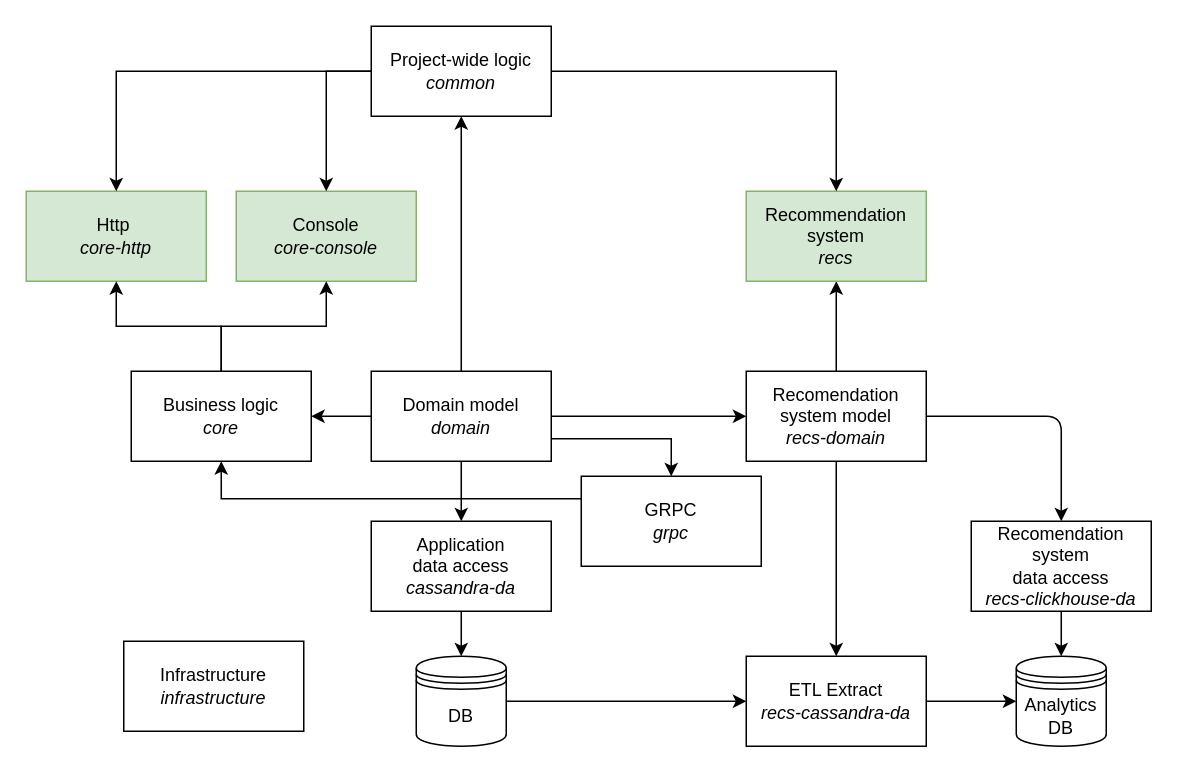
Before: docs/img/components.drawio in Holodome/maweituo, a draw.io diagram. Source tidied: cells renumbered, new cells numbered last; positions are measured from the earlier drawing's top-left corner, leaving out a move shared by most shapes. Both pictures are drawn from the tidied source at 150%, with x=0, y=0 at pixel (26, 26).
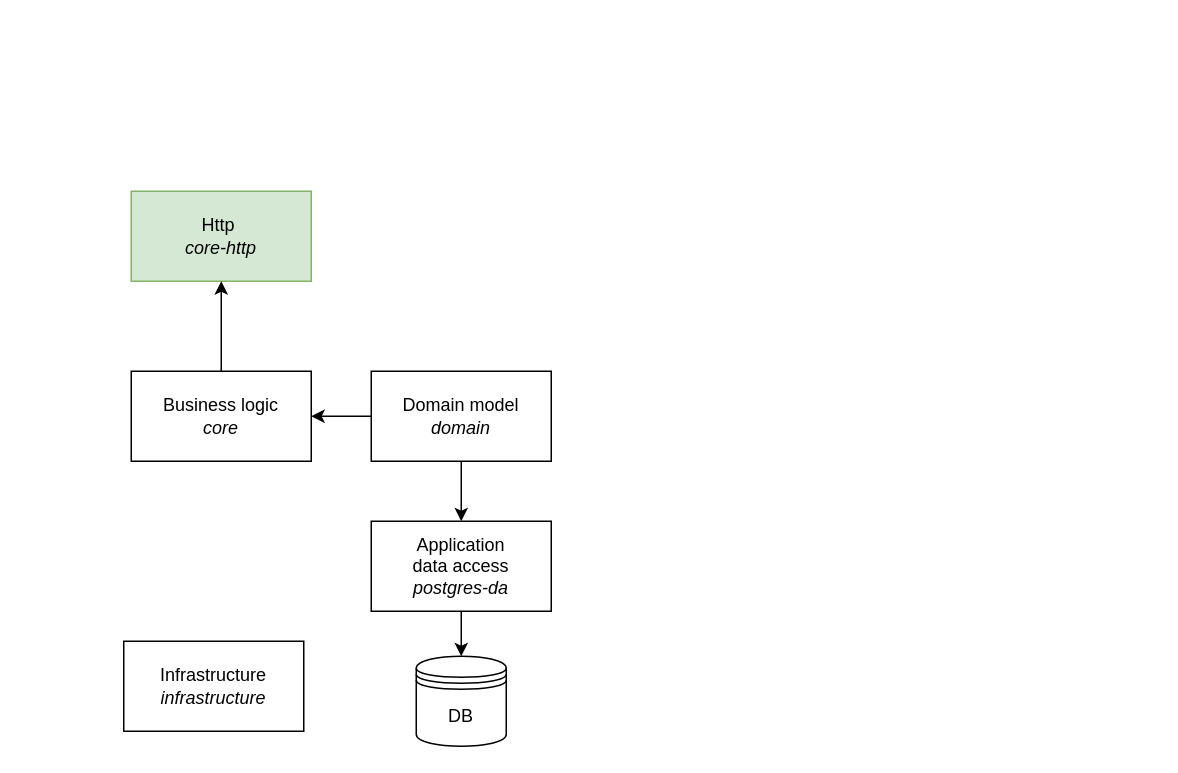
The same diagram, later.

Unchanged cells that the change refers to:
```xml
<mxCell id="3" value="DB" style="shape=datastore;whiteSpace=wrap;html=1;" parent="1" vertex="1">
  <mxGeometry x="260" y="420" width="60" height="60" as="geometry" />
</mxCell>
<mxCell id="16" value="Domain model&lt;br&gt;&lt;i&gt;domain&lt;/i&gt;" style="rounded=0;whiteSpace=wrap;html=1;" parent="1" vertex="1">
  <mxGeometry x="230" y="230" width="120" height="60" as="geometry" />
</mxCell>
<mxCell id="26" value="Business logic&lt;br&gt;&lt;i&gt;core&lt;/i&gt;" style="rounded=0;whiteSpace=wrap;html=1;" parent="1" vertex="1">
  <mxGeometry x="70" y="230" width="120" height="60" as="geometry" />
</mxCell>
```

Diff of the diagram source:
```diff
@@
-    <mxCell id="2" style="edgeStyle=orthogonalEdgeStyle;html=1;exitX=1;exitY=0.5;exitDx=0;exitDy=0;entryX=0;entryY=0.5;entryDx=0;entryDy=0;" parent="1" edge="1" source="3" target="19">
-      <mxGeometry relative="1" as="geometry" />
-    </mxCell>
@@
-    <mxCell id="4" value="Analytics&lt;br&gt;DB" style="shape=datastore;whiteSpace=wrap;html=1;" parent="1" vertex="1">
-      <mxGeometry x="660" y="420" width="60" height="60" as="geometry" />
-    </mxCell>
@@
-    <mxCell id="6" value="Application &lt;br&gt;data access&lt;br&gt;&lt;i&gt;cassandra-da&lt;/i&gt;" style="rounded=0;whiteSpace=wrap;html=1;" parent="1" vertex="1">
+    <mxCell id="6" value="Application &lt;br&gt;data access&lt;br&gt;&lt;i&gt;postgres-da&lt;/i&gt;" style="rounded=0;whiteSpace=wrap;html=1;" parent="1" vertex="1">
       <mxGeometry x="230" y="330" width="120" height="60" as="geometry" />
     </mxCell>
-    <mxCell id="7" style="edgeStyle=none;html=1;exitX=0.5;exitY=1;exitDx=0;exitDy=0;entryX=0.5;entryY=0;entryDx=0;entryDy=0;" parent="1" edge="1" source="10" target="19">
-      <mxGeometry relative="1" as="geometry" />
-    </mxCell>
-    <mxCell id="8" style="edgeStyle=orthogonalEdgeStyle;html=1;exitX=1;exitY=0.5;exitDx=0;exitDy=0;" parent="1" edge="1" source="10" target="22">
-      <mxGeometry relative="1" as="geometry" />
-    </mxCell>
-    <mxCell id="9" style="edgeStyle=orthogonalEdgeStyle;rounded=0;html=1;exitX=0.5;exitY=0;exitDx=0;exitDy=0;entryX=0.5;entryY=1;entryDx=0;entryDy=0;" parent="1" edge="1" source="10" target="27">
-      <mxGeometry relative="1" as="geometry" />
-    </mxCell>
-    <mxCell id="10" value="Recomendation system model&lt;br&gt;&lt;i&gt;recs-domain&lt;/i&gt;" style="rounded=0;whiteSpace=wrap;html=1;" parent="1" vertex="1">
-      <mxGeometry x="480" y="230" width="120" height="60" as="geometry" />
-    </mxCell>
-    <mxCell id="11" style="edgeStyle=none;html=1;exitX=1;exitY=0.5;exitDx=0;exitDy=0;" parent="1" edge="1" source="16" target="10">
-      <mxGeometry relative="1" as="geometry" />
-    </mxCell>
@@
-    <mxCell id="14" style="edgeStyle=orthogonalEdgeStyle;rounded=0;html=1;exitX=1;exitY=0.75;exitDx=0;exitDy=0;" parent="1" edge="1" source="16" target="29">
-      <mxGeometry relative="1" as="geometry" />
-    </mxCell>
-    <mxCell id="15" style="edgeStyle=orthogonalEdgeStyle;rounded=0;html=1;exitX=0.5;exitY=0;exitDx=0;exitDy=0;" parent="1" edge="1" source="16" target="33">
-      <mxGeometry relative="1" as="geometry" />
-    </mxCell>
@@
     <mxCell id="17" value="Http&amp;nbsp;&lt;br&gt;&lt;i&gt;core-http&lt;/i&gt;" style="rounded=0;whiteSpace=wrap;html=1;fillColor=#d5e8d4;strokeColor=#82b366;" parent="1" vertex="1">
-      <mxGeometry y="110" width="120" height="60" as="geometry" />
+      <mxGeometry x="70" y="110" width="120" height="60" as="geometry" />
     </mxCell>
-    <mxCell id="18" style="edgeStyle=orthogonalEdgeStyle;html=1;exitX=1;exitY=0.5;exitDx=0;exitDy=0;entryX=0;entryY=0.5;entryDx=0;entryDy=0;" parent="1" edge="1" source="19" target="4">
-      <mxGeometry relative="1" as="geometry" />
-    </mxCell>
-    <mxCell id="19" value="ETL Extract&lt;br&gt;&lt;i&gt;recs-cassandra-da&lt;/i&gt;" style="rounded=0;whiteSpace=wrap;html=1;" parent="1" vertex="1">
-      <mxGeometry x="480" y="420" width="120" height="60" as="geometry" />
-    </mxCell>
@@
-    <mxCell id="21" style="edgeStyle=orthogonalEdgeStyle;html=1;exitX=0.5;exitY=1;exitDx=0;exitDy=0;entryX=0.5;entryY=0;entryDx=0;entryDy=0;" parent="1" edge="1" source="22" target="4">
-      <mxGeometry relative="1" as="geometry" />
-    </mxCell>
-    <mxCell id="22" value="Recomendation system&lt;br&gt;data access&lt;br&gt;&lt;i&gt;recs-clickhouse-da&lt;/i&gt;" style="rounded=0;whiteSpace=wrap;html=1;" parent="1" vertex="1">
-      <mxGeometry x="630" y="330" width="120" height="60" as="geometry" />
-    </mxCell>
-    <mxCell id="23" value="Console&lt;br&gt;&lt;i&gt;core-console&lt;/i&gt;" style="rounded=0;whiteSpace=wrap;html=1;fillColor=#d5e8d4;strokeColor=#82b366;" parent="1" vertex="1">
-      <mxGeometry x="140" y="110" width="120" height="60" as="geometry" />
-    </mxCell>
@@
-    <mxCell id="25" style="edgeStyle=orthogonalEdgeStyle;rounded=0;html=1;exitX=0.5;exitY=0;exitDx=0;exitDy=0;" parent="1" edge="1" source="26" target="23">
-      <mxGeometry relative="1" as="geometry" />
-    </mxCell>
@@
-    <mxCell id="27" value="Recommendation system&lt;br&gt;&lt;i&gt;recs&lt;/i&gt;" style="rounded=0;whiteSpace=wrap;html=1;fillColor=#d5e8d4;strokeColor=#82b366;" parent="1" vertex="1">
-      <mxGeometry x="480" y="110" width="120" height="60" as="geometry" />
-    </mxCell>
-    <mxCell id="28" style="edgeStyle=orthogonalEdgeStyle;html=1;exitX=0;exitY=0.25;exitDx=0;exitDy=0;entryX=0.5;entryY=1;entryDx=0;entryDy=0;rounded=0;" parent="1" edge="1" source="29" target="26">
-      <mxGeometry relative="1" as="geometry" />
-    </mxCell>
-    <mxCell id="29" value="GRPC&lt;br&gt;&lt;i&gt;grpc&lt;/i&gt;" style="rounded=0;whiteSpace=wrap;html=1;" parent="1" vertex="1">
-      <mxGeometry x="370" y="300" width="120" height="60" as="geometry" />
-    </mxCell>
-    <mxCell id="30" style="edgeStyle=orthogonalEdgeStyle;rounded=0;html=1;exitX=0;exitY=0.5;exitDx=0;exitDy=0;entryX=0.5;entryY=0;entryDx=0;entryDy=0;" parent="1" edge="1" source="33" target="17">
-      <mxGeometry relative="1" as="geometry" />
-    </mxCell>
-    <mxCell id="31" style="edgeStyle=orthogonalEdgeStyle;rounded=0;html=1;exitX=1;exitY=0.5;exitDx=0;exitDy=0;" parent="1" edge="1" source="33" target="27">
-      <mxGeometry relative="1" as="geometry" />
-    </mxCell>
-    <mxCell id="32" style="edgeStyle=orthogonalEdgeStyle;rounded=0;html=1;exitX=0;exitY=0.5;exitDx=0;exitDy=0;" parent="1" edge="1" source="33" target="23">
-      <mxGeometry relative="1" as="geometry" />
-    </mxCell>
-    <mxCell id="33" value="Project-wide logic&lt;br&gt;&lt;i&gt;common&lt;/i&gt;" style="rounded=0;whiteSpace=wrap;html=1;" parent="1" vertex="1">
-      <mxGeometry x="230" width="120" height="60" as="geometry" />
-    </mxCell>
```
